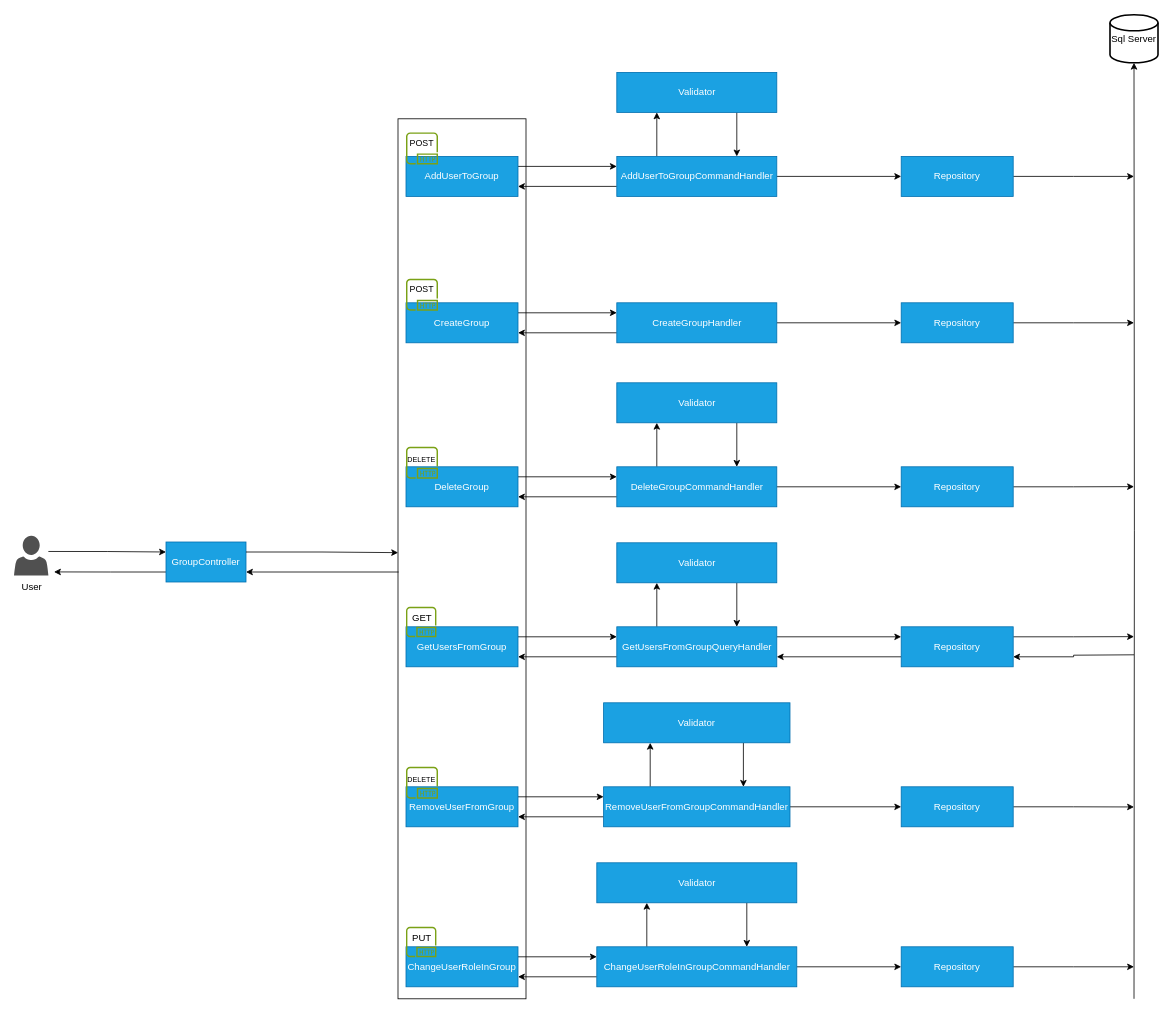
This is page "AuthService/Group" (3 of 33) of Architecture.drawio from AlanEdward19/ShapeUp, a draw.io file, before an edit. Source tidied: cells renumbered, new cells numbered last; positions are measured from the earlier drawing's top-left corner, leaving out a move shared by most shapes. Both pictures are drawn from the tidied source at 80%, with x=0, y=0 at pixel (14, 14).
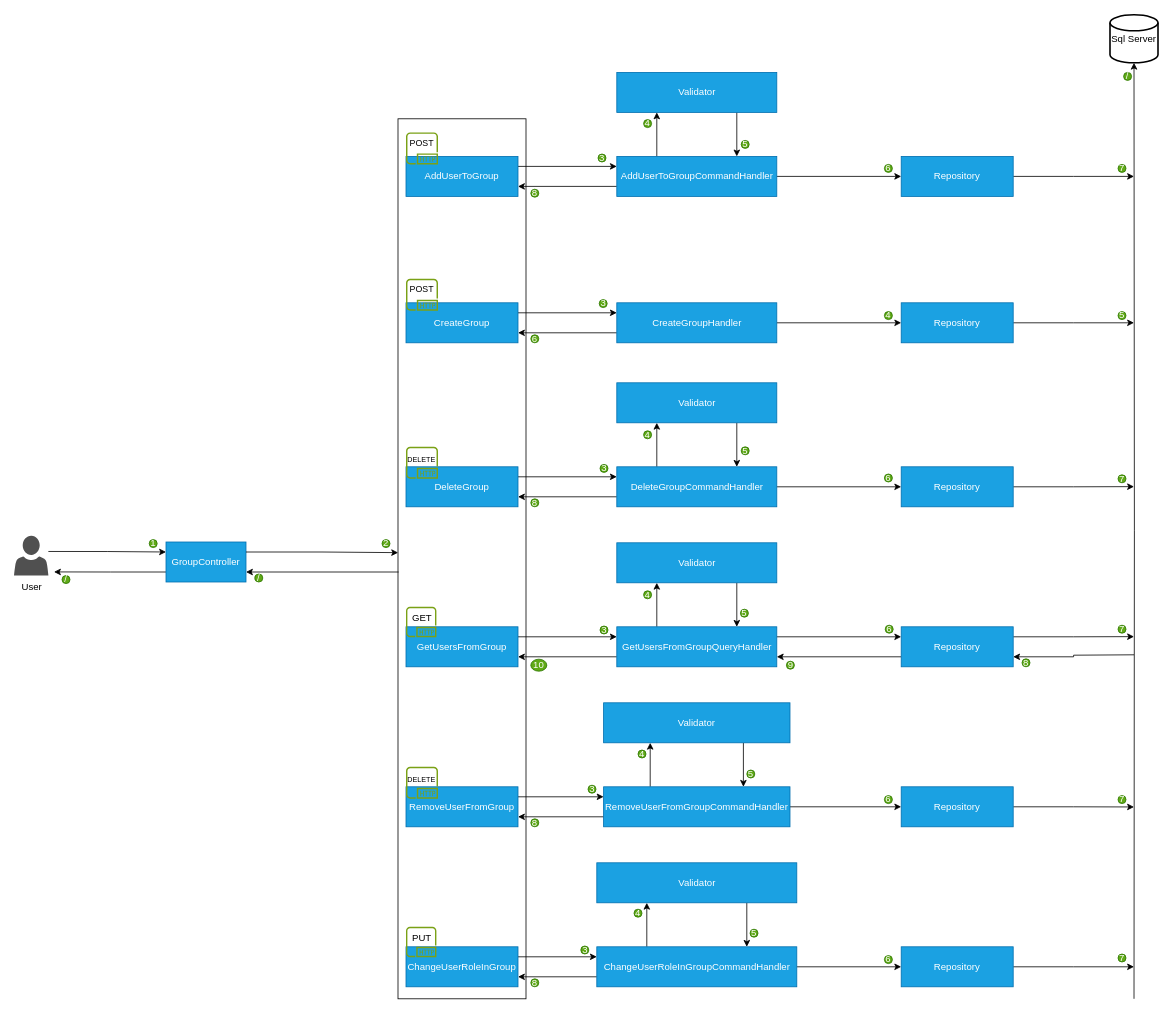
The same page after the edit.

The edit, as a diff of the source:
```diff
@@
+    <mxCell id="94" value="1" style="ellipse;whiteSpace=wrap;html=1;fillColor=#60a917;fontColor=#ffffff;strokeColor=#2D7600;" parent="1" vertex="1">
+      <mxGeometry x="169" y="656" width="10" height="10" as="geometry" />
+    </mxCell>
+    <mxCell id="95" value="10" style="ellipse;whiteSpace=wrap;html=1;fillColor=#60a917;fontColor=#ffffff;strokeColor=#2D7600;" parent="1" vertex="1">
+      <mxGeometry x="646" y="805.5" width="20" height="15" as="geometry" />
+    </mxCell>
+    <mxCell id="96" value="2" style="ellipse;whiteSpace=wrap;html=1;fillColor=#60a917;fontColor=#ffffff;strokeColor=#2D7600;" parent="1" vertex="1">
+      <mxGeometry x="460" y="656" width="10" height="10" as="geometry" />
+    </mxCell>
+    <mxCell id="97" value="3" style="ellipse;whiteSpace=wrap;html=1;fillColor=#60a917;fontColor=#ffffff;strokeColor=#2D7600;" parent="1" vertex="1">
+      <mxGeometry x="730" y="174" width="10" height="10" as="geometry" />
+    </mxCell>
+    <mxCell id="98" value="4" style="ellipse;whiteSpace=wrap;html=1;fillColor=#60a917;fontColor=#ffffff;strokeColor=#2D7600;" parent="1" vertex="1">
+      <mxGeometry x="787" y="131" width="10" height="10" as="geometry" />
+    </mxCell>
+    <mxCell id="99" value="5" style="ellipse;whiteSpace=wrap;html=1;fillColor=#60a917;fontColor=#ffffff;strokeColor=#2D7600;" parent="1" vertex="1">
+      <mxGeometry x="909" y="157" width="10" height="10" as="geometry" />
+    </mxCell>
+    <mxCell id="100" value="6" style="ellipse;whiteSpace=wrap;html=1;fillColor=#60a917;fontColor=#ffffff;strokeColor=#2D7600;" parent="1" vertex="1">
+      <mxGeometry x="1088" y="187" width="10" height="10" as="geometry" />
+    </mxCell>
+    <mxCell id="101" value="7" style="ellipse;whiteSpace=wrap;html=1;fillColor=#60a917;fontColor=#ffffff;strokeColor=#2D7600;" parent="1" vertex="1">
+      <mxGeometry x="1380" y="187" width="10" height="10" as="geometry" />
+    </mxCell>
+    <mxCell id="102" value="8" style="ellipse;whiteSpace=wrap;html=1;fillColor=#60a917;fontColor=#ffffff;strokeColor=#2D7600;" parent="1" vertex="1">
+      <mxGeometry x="646" y="218" width="10" height="10" as="geometry" />
+    </mxCell>
+    <mxCell id="103" value="3" style="ellipse;whiteSpace=wrap;html=1;fillColor=#60a917;fontColor=#ffffff;strokeColor=#2D7600;" parent="1" vertex="1">
+      <mxGeometry x="731.5" y="356" width="10" height="10" as="geometry" />
+    </mxCell>
+    <mxCell id="104" value="4" style="ellipse;whiteSpace=wrap;html=1;fillColor=#60a917;fontColor=#ffffff;strokeColor=#2D7600;" parent="1" vertex="1">
+      <mxGeometry x="1088" y="371" width="10" height="10" as="geometry" />
+    </mxCell>
+    <mxCell id="105" value="5" style="ellipse;whiteSpace=wrap;html=1;fillColor=#60a917;fontColor=#ffffff;strokeColor=#2D7600;" parent="1" vertex="1">
+      <mxGeometry x="1380" y="371" width="10" height="10" as="geometry" />
+    </mxCell>
+    <mxCell id="106" value="6" style="ellipse;whiteSpace=wrap;html=1;fillColor=#60a917;fontColor=#ffffff;strokeColor=#2D7600;" parent="1" vertex="1">
+      <mxGeometry x="646" y="400" width="10" height="10" as="geometry" />
+    </mxCell>
+    <mxCell id="107" value="3" style="ellipse;whiteSpace=wrap;html=1;fillColor=#60a917;fontColor=#ffffff;strokeColor=#2D7600;" parent="1" vertex="1">
+      <mxGeometry x="732.5" y="562" width="10" height="10" as="geometry" />
+    </mxCell>
+    <mxCell id="108" value="4" style="ellipse;whiteSpace=wrap;html=1;fillColor=#60a917;fontColor=#ffffff;strokeColor=#2D7600;" parent="1" vertex="1">
+      <mxGeometry x="787" y="520" width="10" height="10" as="geometry" />
+    </mxCell>
+    <mxCell id="109" value="5" style="ellipse;whiteSpace=wrap;html=1;fillColor=#60a917;fontColor=#ffffff;strokeColor=#2D7600;" parent="1" vertex="1">
+      <mxGeometry x="909" y="540" width="10" height="10" as="geometry" />
+    </mxCell>
+    <mxCell id="110" value="6" style="ellipse;whiteSpace=wrap;html=1;fillColor=#60a917;fontColor=#ffffff;strokeColor=#2D7600;" parent="1" vertex="1">
+      <mxGeometry x="1088" y="574" width="10" height="10" as="geometry" />
+    </mxCell>
+    <mxCell id="111" value="7" style="ellipse;whiteSpace=wrap;html=1;fillColor=#60a917;fontColor=#ffffff;strokeColor=#2D7600;" parent="1" vertex="1">
+      <mxGeometry x="1380" y="575" width="10" height="10" as="geometry" />
+    </mxCell>
+    <mxCell id="112" value="8" style="ellipse;whiteSpace=wrap;html=1;fillColor=#60a917;fontColor=#ffffff;strokeColor=#2D7600;" parent="1" vertex="1">
+      <mxGeometry x="646" y="605" width="10" height="10" as="geometry" />
+    </mxCell>
+    <mxCell id="113" value="3" style="ellipse;whiteSpace=wrap;html=1;fillColor=#60a917;fontColor=#ffffff;strokeColor=#2D7600;" parent="1" vertex="1">
+      <mxGeometry x="732.5" y="764" width="10" height="10" as="geometry" />
+    </mxCell>
+    <mxCell id="114" value="4" style="ellipse;whiteSpace=wrap;html=1;fillColor=#60a917;fontColor=#ffffff;strokeColor=#2D7600;" parent="1" vertex="1">
+      <mxGeometry x="787" y="720" width="10" height="10" as="geometry" />
+    </mxCell>
+    <mxCell id="115" value="5" style="ellipse;whiteSpace=wrap;html=1;fillColor=#60a917;fontColor=#ffffff;strokeColor=#2D7600;" parent="1" vertex="1">
+      <mxGeometry x="908" y="743" width="10" height="10" as="geometry" />
+    </mxCell>
+    <mxCell id="116" value="6" style="ellipse;whiteSpace=wrap;html=1;fillColor=#60a917;fontColor=#ffffff;strokeColor=#2D7600;" parent="1" vertex="1">
+      <mxGeometry x="1089" y="763" width="10" height="10" as="geometry" />
+    </mxCell>
+    <mxCell id="117" value="7" style="ellipse;whiteSpace=wrap;html=1;fillColor=#60a917;fontColor=#ffffff;strokeColor=#2D7600;" parent="1" vertex="1">
+      <mxGeometry x="1380" y="763" width="10" height="10" as="geometry" />
+    </mxCell>
+    <mxCell id="118" value="8" style="ellipse;whiteSpace=wrap;html=1;fillColor=#60a917;fontColor=#ffffff;strokeColor=#2D7600;" parent="1" vertex="1">
+      <mxGeometry x="1260" y="805" width="10" height="10" as="geometry" />
+    </mxCell>
+    <mxCell id="119" value="9" style="ellipse;whiteSpace=wrap;html=1;fillColor=#60a917;fontColor=#ffffff;strokeColor=#2D7600;" parent="1" vertex="1">
+      <mxGeometry x="965.5" y="808" width="10" height="10" as="geometry" />
+    </mxCell>
+    <mxCell id="120" value="3" style="ellipse;whiteSpace=wrap;html=1;fillColor=#60a917;fontColor=#ffffff;strokeColor=#2D7600;" parent="1" vertex="1">
+      <mxGeometry x="717.5" y="963" width="10" height="10" as="geometry" />
+    </mxCell>
+    <mxCell id="121" value="4" style="ellipse;whiteSpace=wrap;html=1;fillColor=#60a917;fontColor=#ffffff;strokeColor=#2D7600;" parent="1" vertex="1">
+      <mxGeometry x="780" y="919" width="10" height="10" as="geometry" />
+    </mxCell>
+    <mxCell id="122" value="5" style="ellipse;whiteSpace=wrap;html=1;fillColor=#60a917;fontColor=#ffffff;strokeColor=#2D7600;" parent="1" vertex="1">
+      <mxGeometry x="916" y="944" width="10" height="10" as="geometry" />
+    </mxCell>
+    <mxCell id="123" value="6" style="ellipse;whiteSpace=wrap;html=1;fillColor=#60a917;fontColor=#ffffff;strokeColor=#2D7600;" parent="1" vertex="1">
+      <mxGeometry x="1088" y="976" width="10" height="10" as="geometry" />
+    </mxCell>
+    <mxCell id="124" value="7" style="ellipse;whiteSpace=wrap;html=1;fillColor=#60a917;fontColor=#ffffff;strokeColor=#2D7600;" parent="1" vertex="1">
+      <mxGeometry x="1380" y="976" width="10" height="10" as="geometry" />
+    </mxCell>
+    <mxCell id="125" value="8" style="ellipse;whiteSpace=wrap;html=1;fillColor=#60a917;fontColor=#ffffff;strokeColor=#2D7600;" parent="1" vertex="1">
+      <mxGeometry x="646" y="1005" width="10" height="10" as="geometry" />
+    </mxCell>
+    <mxCell id="126" value="3" style="ellipse;whiteSpace=wrap;html=1;fillColor=#60a917;fontColor=#ffffff;strokeColor=#2D7600;" parent="1" vertex="1">
+      <mxGeometry x="708.5" y="1164" width="10" height="10" as="geometry" />
+    </mxCell>
+    <mxCell id="127" value="4" style="ellipse;whiteSpace=wrap;html=1;fillColor=#60a917;fontColor=#ffffff;strokeColor=#2D7600;" parent="1" vertex="1">
+      <mxGeometry x="775" y="1118" width="10" height="10" as="geometry" />
+    </mxCell>
+    <mxCell id="128" value="5" style="ellipse;whiteSpace=wrap;html=1;fillColor=#60a917;fontColor=#ffffff;strokeColor=#2D7600;" parent="1" vertex="1">
+      <mxGeometry x="920" y="1143" width="10" height="10" as="geometry" />
+    </mxCell>
+    <mxCell id="129" value="6" style="ellipse;whiteSpace=wrap;html=1;fillColor=#60a917;fontColor=#ffffff;strokeColor=#2D7600;" parent="1" vertex="1">
+      <mxGeometry x="1088" y="1176" width="10" height="10" as="geometry" />
+    </mxCell>
+    <mxCell id="130" value="7" style="ellipse;whiteSpace=wrap;html=1;fillColor=#60a917;fontColor=#ffffff;strokeColor=#2D7600;" parent="1" vertex="1">
+      <mxGeometry x="1380" y="1174" width="10" height="10" as="geometry" />
+    </mxCell>
+    <mxCell id="131" value="8" style="ellipse;whiteSpace=wrap;html=1;fillColor=#60a917;fontColor=#ffffff;strokeColor=#2D7600;" parent="1" vertex="1">
+      <mxGeometry x="646" y="1205" width="10" height="10" as="geometry" />
+    </mxCell>
+    <mxCell id="132" value="/" style="ellipse;whiteSpace=wrap;html=1;fillColor=#60a917;fontColor=#ffffff;strokeColor=#2D7600;" parent="1" vertex="1">
+      <mxGeometry x="1387" y="72" width="10" height="10" as="geometry" />
+    </mxCell>
+    <mxCell id="133" value="/" style="ellipse;whiteSpace=wrap;html=1;fillColor=#60a917;fontColor=#ffffff;strokeColor=#2D7600;" parent="1" vertex="1">
+      <mxGeometry x="301" y="699" width="10" height="10" as="geometry" />
+    </mxCell>
+    <mxCell id="134" value="/" style="ellipse;whiteSpace=wrap;html=1;fillColor=#60a917;fontColor=#ffffff;strokeColor=#2D7600;" parent="1" vertex="1">
+      <mxGeometry x="60" y="701" width="10" height="10" as="geometry" />
+    </mxCell>
```
